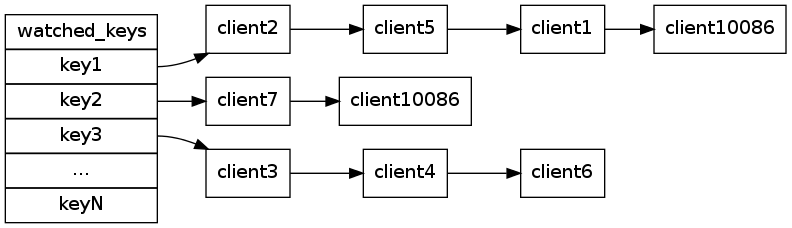
Earlier version of the Graphviz export feature/image/new_watched_keys.png (huangzworks/redisbook). Its source is kept beside it as feature/image/new_watched_keys.dot. The source it was exported from:
```dot
digraph new_watched_keys {

    rankdir = LR;

    node [shape = record];


    watched_keys [label = "watched_keys |<key1> key1 |<key2> key2 |<key3> key3 | ... |<keyN> keyN"];

    client1 [label = "client1"];
    client5 [label = "client5"];
    client2 [label = "client2"];
    client10086 [label = "client10086"];

    watched_keys:key1 -> client2;
    client2 -> client5;
    client5 -> client1;
    client1 -> client10086;

    client7 [label = "client7"];
    client10086_2 [label = "client10086"];

    watched_keys:key2 -> client7;
    client7 -> client10086_2;


    client3 [label = "client3"];
    client4 [label = "client4"];
    client6 [label = "client6"];

    watched_keys:key3 -> client3;
    client3 -> client4;
    client4 -> client6;
}
```
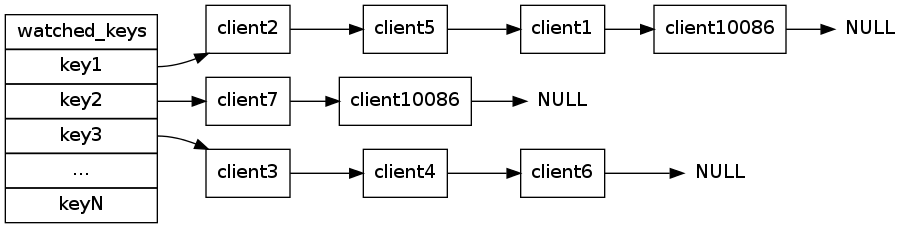
Above is the later version.

The edit, as a diff of the source:
```diff
@@ -11,24 +11,30 @@
     client5 [label = "client5"];
     client2 [label = "client2"];
     client10086 [label = "client10086"];
+    null_1 [label = "NULL", shape = plaintext];
 
     watched_keys:key1 -> client2;
     client2 -> client5;
     client5 -> client1;
     client1 -> client10086;
+    client10086 -> null_1;
 
     client7 [label = "client7"];
     client10086_2 [label = "client10086"];
+    null_2 [label = "NULL", shape = plaintext];
 
     watched_keys:key2 -> client7;
     client7 -> client10086_2;
+    client10086_2 -> null_2;
 
 
     client3 [label = "client3"];
     client4 [label = "client4"];
     client6 [label = "client6"];
+    null_3 [label = "NULL", shape = plaintext];
 
     watched_keys:key3 -> client3;
     client3 -> client4;
     client4 -> client6;
+    client6 -> null_3;
 }
```
